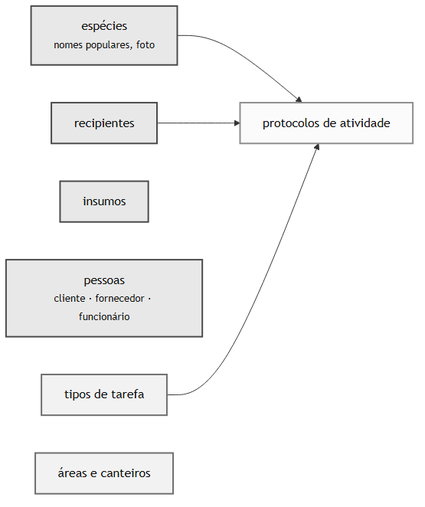
Earlier version of the Mermaid export docs/rotinas/img/mapa-1-cadastros.png (JoaoMudar/tcc). Its source is kept beside it as docs/rotinas/img/mapa-1-cadastros.mmd.
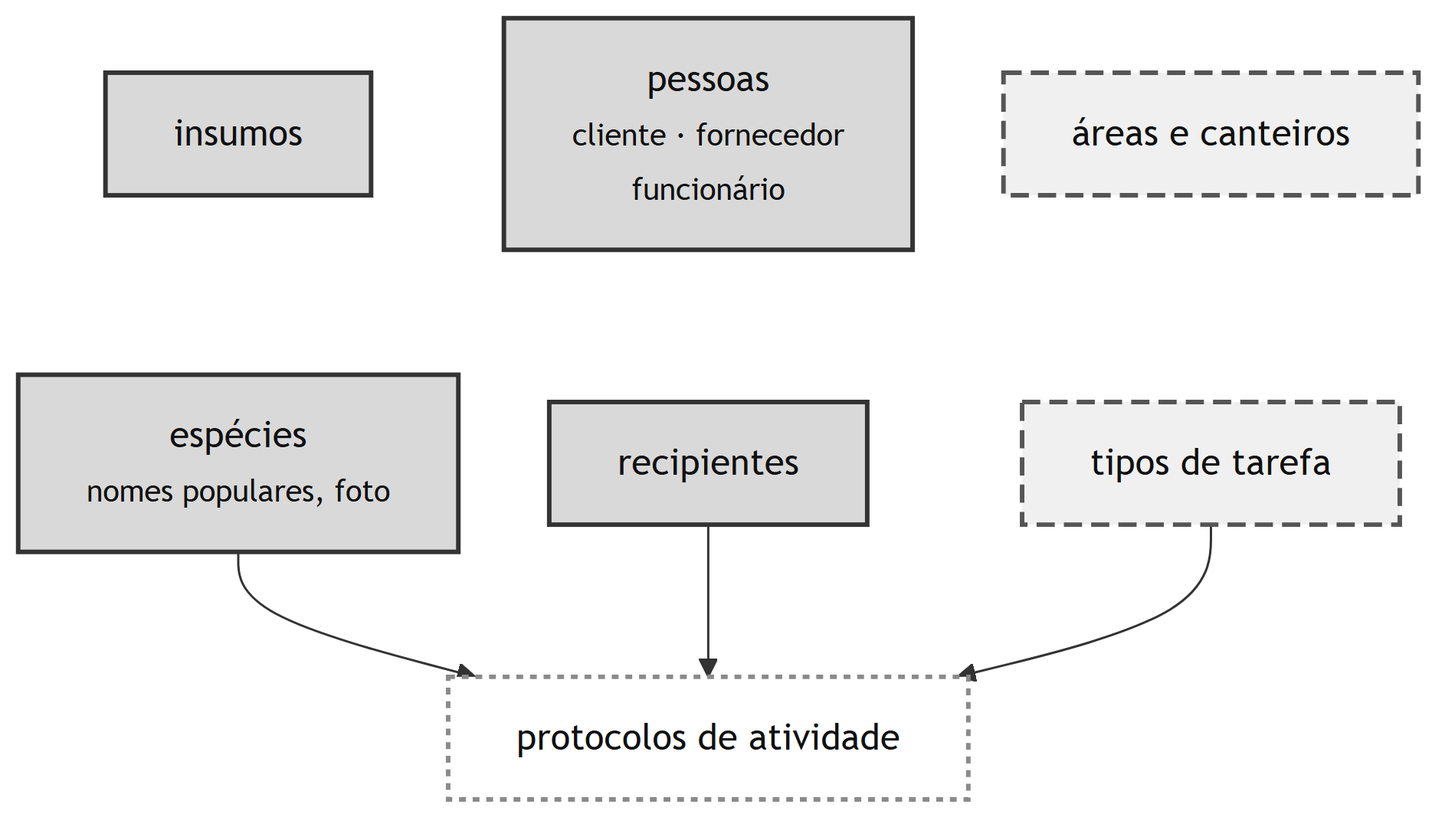
Above is the later version.

Change to the diagram source:
```diff
@@ -1,11 +1,18 @@
-flowchart LR
+%%{init: {'flowchart': {'rankSpacing': 55, 'nodeSpacing': 40, 'curve': 'basis'}}}%%
+flowchart TD
+  I["insumos"]
+  PE["pessoas<br/><small>cliente · fornecedor<br/>funcionário</small>"]
+  AC["áreas e canteiros"]
+
   E["espécies<br/><small>nomes populares, foto</small>"]
   R["recipientes"]
-  I["insumos"]
-  PE["pessoas<br/><small>cliente · fornecedor · funcionário</small>"]
   TT["tipos de tarefa"]
-  AC["áreas e canteiros"]
+
   PR["protocolos de atividade"]
+
+  I ~~~ E
+  PE ~~~ R
+  AC ~~~ TT
 
   E --> PR
   R --> PR
@@ -14,7 +21,6 @@
   classDef ok fill:#dcfce7,stroke:#16a34a,stroke-width:2px,color:#111
   classDef meio fill:#fef3c7,stroke:#d97706,stroke-width:2px,color:#111
   classDef falta fill:#fee2e2,stroke:#dc2626,stroke-width:2px,color:#111
-  classDef grupo fill:#f8fafc,stroke:#cbd5e1,stroke-width:1px,color:#334155
 
   class E,R,I,PE ok
   class TT,AC meio
```
